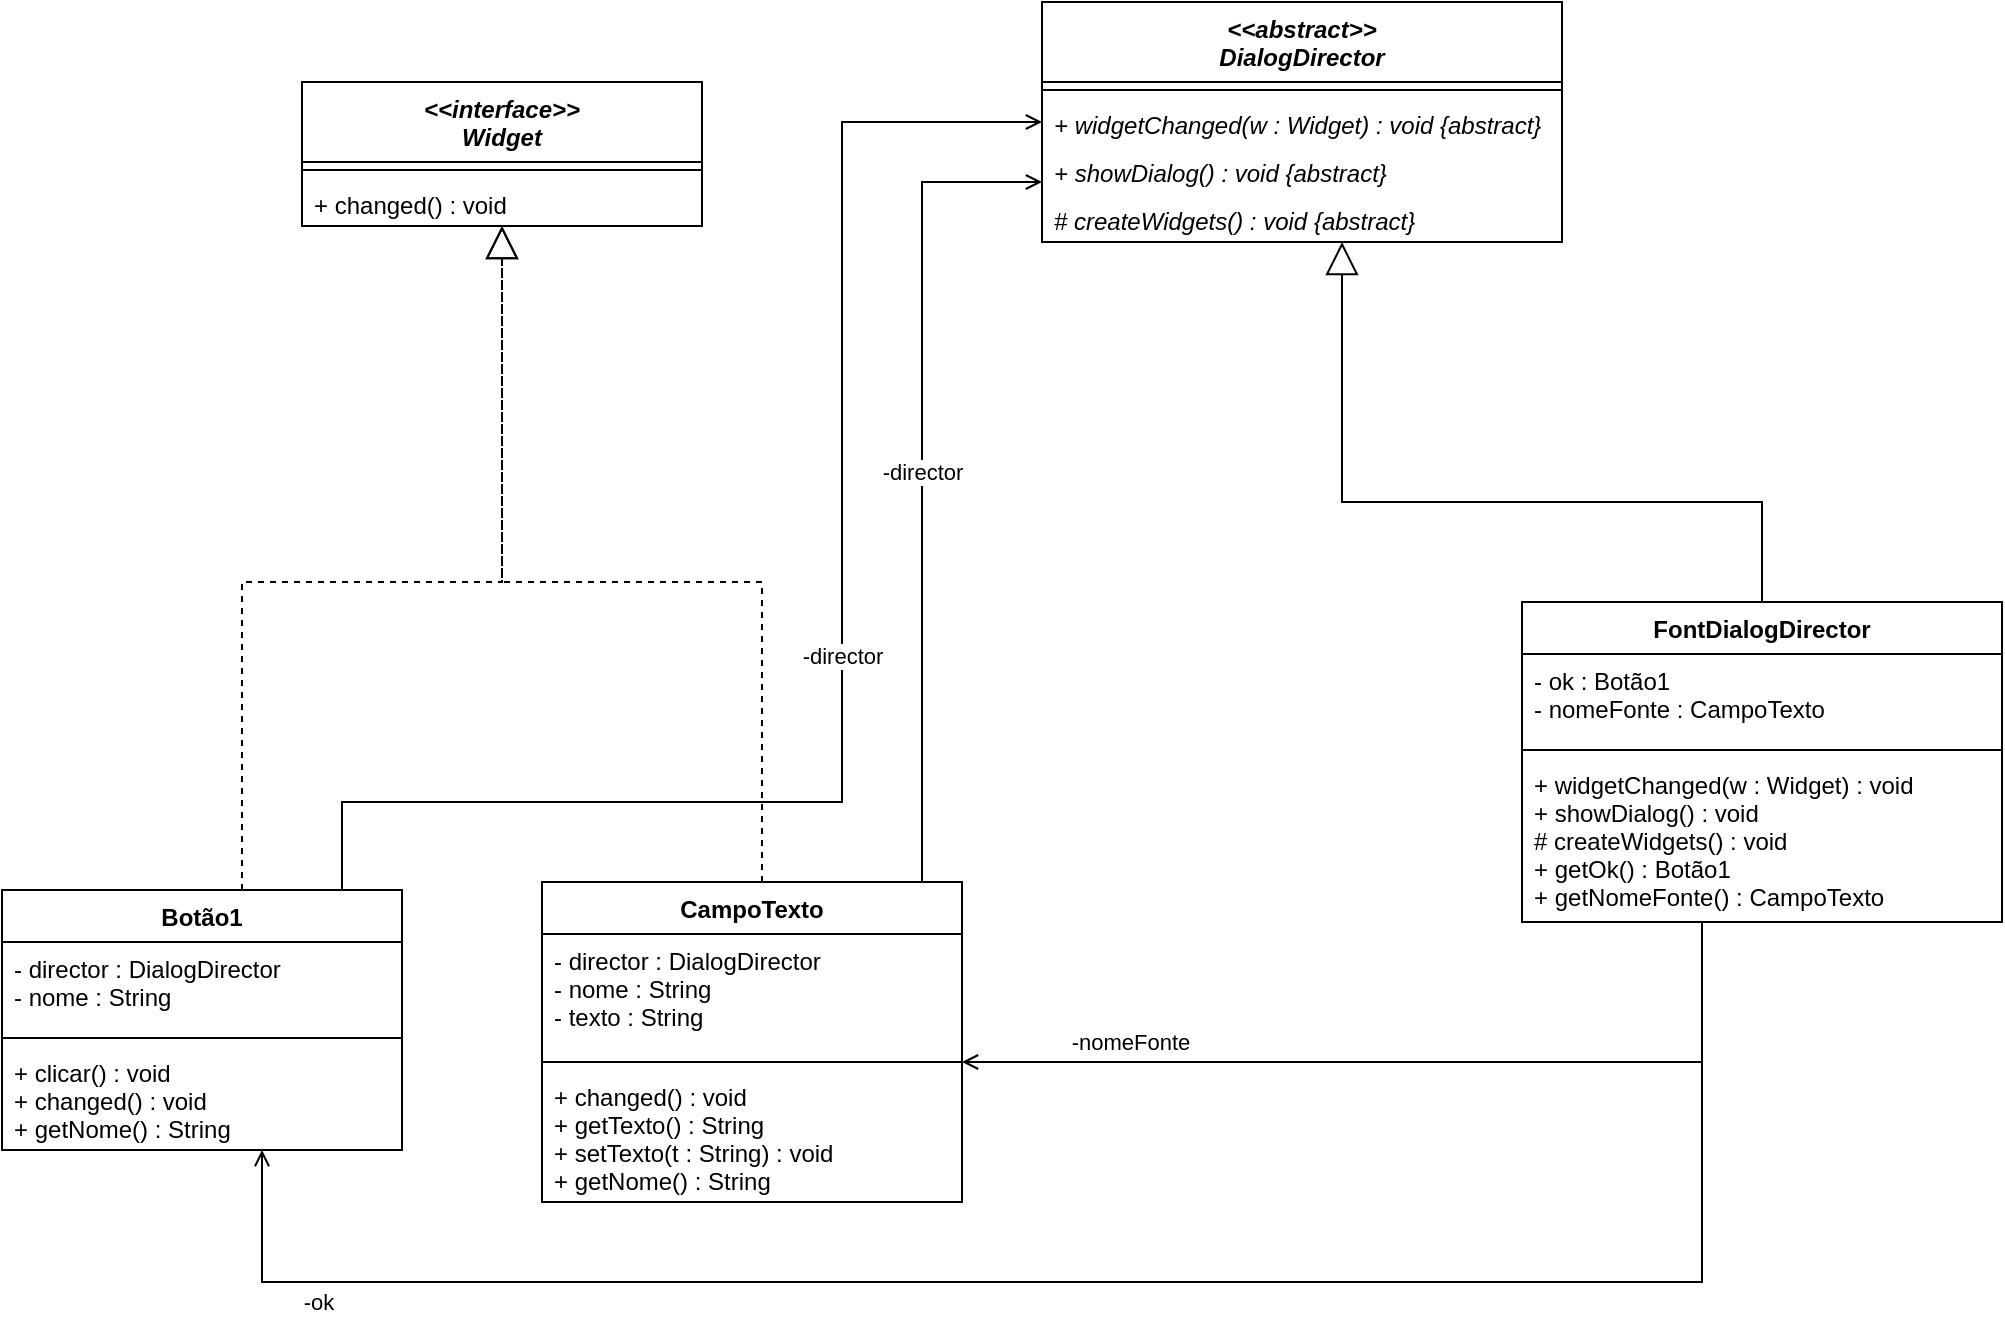
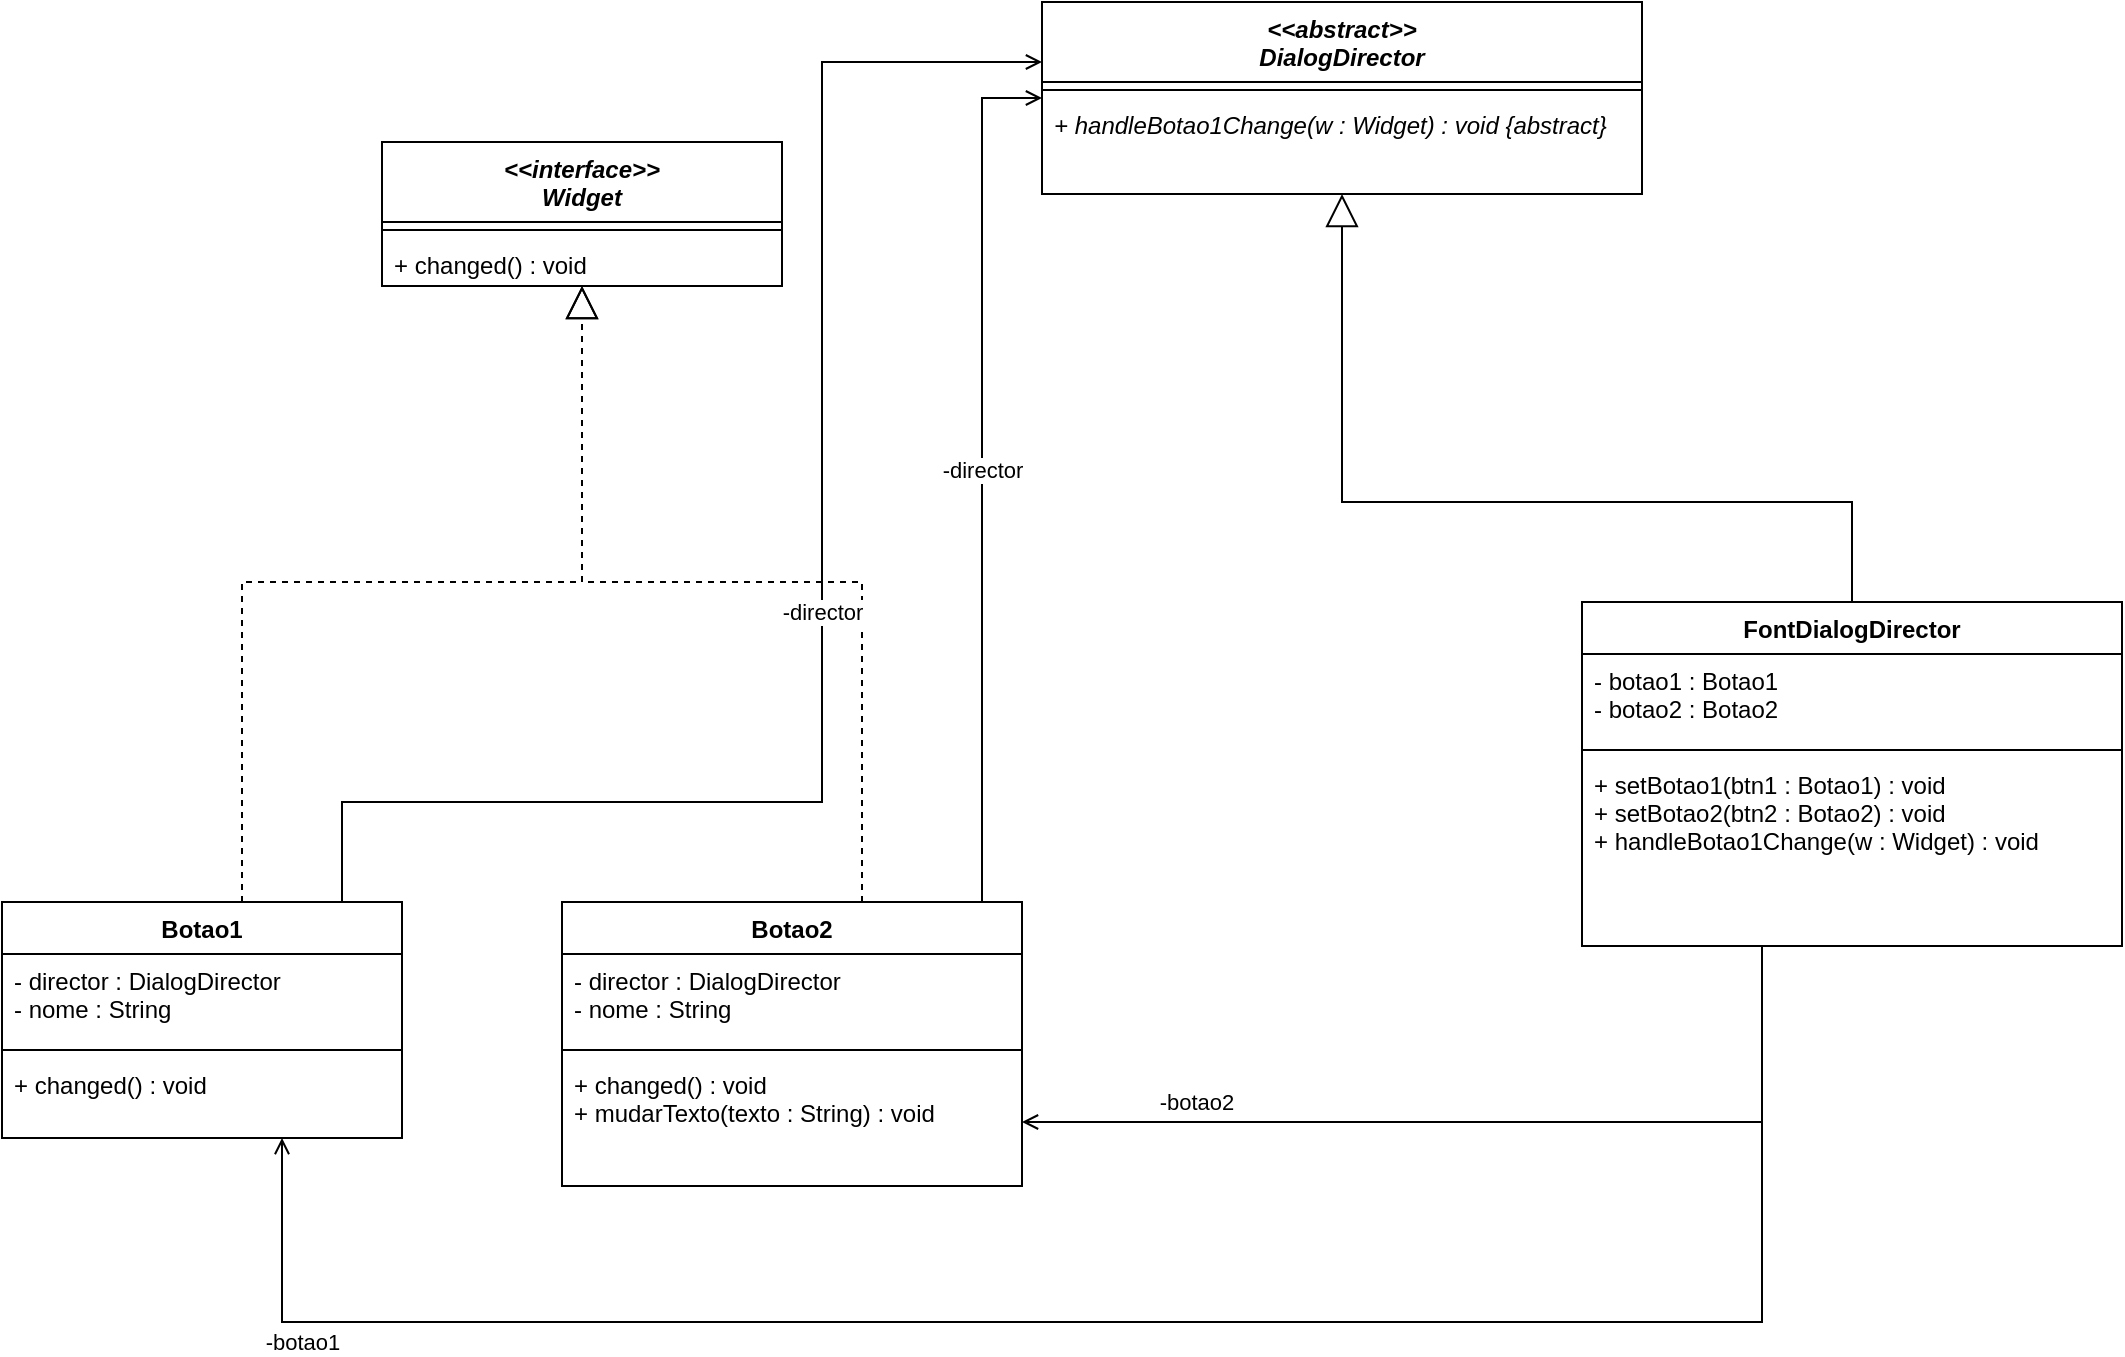
<mxfile host="app.diagrams.net">
  <diagram name="Classes-Mediator" id="classDiagMediator01">
-     <mxGraphModel dx="1414" dy="793" grid="1" gridSize="10" guides="1" tooltips="1" connect="1" arrows="1" fold="1" page="1" pageScale="1" pageWidth="1169" pageHeight="827" math="0" shadow="0">
+     <mxGraphModel dx="1414" dy="825" grid="1" gridSize="10" guides="1" tooltips="1" connect="1" arrows="1" fold="1" page="1" pageScale="1" pageWidth="1169" pageHeight="827" math="0" shadow="0">
      <root>
        <mxCell id="0" />
        <mxCell id="1" parent="0" />
        <mxCell id="c-director" parent="1" style="swimlane;fontStyle=1;align=center;verticalAlign=top;childLayout=stackLayout;horizontal=1;startSize=40;horizontalStack=0;resizeParent=1;resizeParentMax=0;resizeLast=0;collapsible=1;marginBottom=0;swimlaneFillColor=#ffffff;fontStyle=3;" value="&lt;&lt;abstract&gt;&gt;&#xa;DialogDirector" vertex="1">
-           <mxGeometry height="120" width="260" x="1140" y="770" as="geometry" />
+           <mxGeometry height="96" width="300" x="1100" y="770" as="geometry" />
        </mxCell>
        <mxCell id="c-director-attrs" parent="c-director" style="line;strokeWidth=1;fillColor=none;align=left;verticalAlign=middle;spacingTop=-1;spacingLeft=3;spacingRight=3;rotatable=0;labelPosition=right;points=[];portConstraint=eastwest;" value="" vertex="1">
-           <mxGeometry height="8" width="260" y="40" as="geometry" />
+           <mxGeometry height="8" width="300" y="40" as="geometry" />
        </mxCell>
-         <mxCell id="c-director-m1" parent="c-director" style="text;strokeColor=none;fillColor=none;align=left;verticalAlign=top;spacingLeft=4;spacingRight=4;overflow=hidden;rotatable=0;points=[[0,0.5],[1,0.5]];portConstraint=eastwest;fontStyle=2;" value="+ widgetChanged(w : Widget) : void {abstract}" vertex="1">
-           <mxGeometry height="24" width="260" y="48" as="geometry" />
-         </mxCell>
-         <mxCell id="c-director-m2" parent="c-director" style="text;strokeColor=none;fillColor=none;align=left;verticalAlign=top;spacingLeft=4;spacingRight=4;overflow=hidden;rotatable=0;points=[[0,0.5],[1,0.5]];portConstraint=eastwest;fontStyle=2;" value="+ showDialog() : void {abstract}" vertex="1">
-           <mxGeometry height="24" width="260" y="72" as="geometry" />
-         </mxCell>
-         <mxCell id="c-director-m3" parent="c-director" style="text;strokeColor=none;fillColor=none;align=left;verticalAlign=top;spacingLeft=4;spacingRight=4;overflow=hidden;rotatable=0;points=[[0,0.5],[1,0.5]];portConstraint=eastwest;fontStyle=2;" value="# createWidgets() : void {abstract}" vertex="1">
-           <mxGeometry height="24" width="260" y="96" as="geometry" />
+         <mxCell id="c-director-m1" parent="c-director" style="text;strokeColor=none;fillColor=none;align=left;verticalAlign=top;spacingLeft=4;spacingRight=4;overflow=hidden;rotatable=0;points=[[0,0.5],[1,0.5]];portConstraint=eastwest;fontStyle=2;" value="+ handleBotao1Change(w : Widget) : void {abstract}" vertex="1">
+           <mxGeometry height="24" width="300" y="48" as="geometry" />
        </mxCell>
        <mxCell id="c-widget" parent="1" style="swimlane;fontStyle=1;align=center;verticalAlign=top;childLayout=stackLayout;horizontal=1;startSize=40;horizontalStack=0;resizeParent=1;resizeParentMax=0;resizeLast=0;collapsible=1;marginBottom=0;swimlaneFillColor=#ffffff;fontStyle=3;" value="&lt;&lt;interface&gt;&gt;&#xa;Widget" vertex="1">
-           <mxGeometry height="72" width="200" x="770" y="810" as="geometry" />
+           <mxGeometry height="72" width="200" x="770" y="840" as="geometry" />
        </mxCell>
        <mxCell id="c-widget-attrs" parent="c-widget" style="line;strokeWidth=1;fillColor=none;align=left;verticalAlign=middle;spacingTop=-1;spacingLeft=3;spacingRight=3;rotatable=0;labelPosition=right;points=[];portConstraint=eastwest;" value="" vertex="1">
          <mxGeometry height="8" width="200" y="40" as="geometry" />
        </mxCell>
        <mxCell id="c-widget-m1" parent="c-widget" style="text;strokeColor=none;fillColor=none;align=left;verticalAlign=top;spacingLeft=4;spacingRight=4;overflow=hidden;rotatable=0;points=[[0,0.5],[1,0.5]];portConstraint=eastwest;" value="+ changed() : void" vertex="1">
          <mxGeometry height="24" width="200" y="48" as="geometry" />
        </mxCell>
        <mxCell id="c-fdd" parent="1" style="swimlane;fontStyle=1;align=center;verticalAlign=top;childLayout=stackLayout;horizontal=1;startSize=26;horizontalStack=0;resizeParent=1;resizeParentMax=0;resizeLast=0;collapsible=1;marginBottom=0;swimlaneFillColor=#ffffff;" value="FontDialogDirector" vertex="1">
-           <mxGeometry height="160" width="240" x="1380" y="1070" as="geometry" />
+           <mxGeometry height="172" width="270" x="1370" y="1070" as="geometry" />
        </mxCell>
-         <mxCell id="c-fdd-attrs" parent="c-fdd" style="text;strokeColor=none;fillColor=none;align=left;verticalAlign=top;spacingLeft=4;spacingRight=4;overflow=hidden;rotatable=0;points=[[0,0.5],[1,0.5]];portConstraint=eastwest;" value="- ok : Botão1&#xa;- nomeFonte : CampoTexto" vertex="1">
-           <mxGeometry height="44" width="240" y="26" as="geometry" />
+         <mxCell id="c-fdd-attrs" parent="c-fdd" style="text;strokeColor=none;fillColor=none;align=left;verticalAlign=top;spacingLeft=4;spacingRight=4;overflow=hidden;rotatable=0;points=[[0,0.5],[1,0.5]];portConstraint=eastwest;" value="- botao1 : Botao1&#xa;- botao2 : Botao2" vertex="1">
+           <mxGeometry height="44" width="270" y="26" as="geometry" />
        </mxCell>
        <mxCell id="c-fdd-line" parent="c-fdd" style="line;strokeWidth=1;fillColor=none;align=left;verticalAlign=middle;spacingTop=-1;spacingLeft=3;spacingRight=3;rotatable=0;labelPosition=right;points=[];portConstraint=eastwest;" value="" vertex="1">
-           <mxGeometry height="8" width="240" y="70" as="geometry" />
+           <mxGeometry height="8" width="270" y="70" as="geometry" />
        </mxCell>
-         <mxCell id="c-fdd-m" parent="c-fdd" style="text;strokeColor=none;fillColor=none;align=left;verticalAlign=top;spacingLeft=4;spacingRight=4;overflow=hidden;rotatable=0;points=[[0,0.5],[1,0.5]];portConstraint=eastwest;" value="+ widgetChanged(w : Widget) : void&#xa;+ showDialog() : void&#xa;# createWidgets() : void&#xa;+ getOk() : Botão1&#xa;+ getNomeFonte() : CampoTexto" vertex="1">
-           <mxGeometry height="82" width="240" y="78" as="geometry" />
+         <mxCell id="c-fdd-m" parent="c-fdd" style="text;strokeColor=none;fillColor=none;align=left;verticalAlign=top;spacingLeft=4;spacingRight=4;overflow=hidden;rotatable=0;points=[[0,0.5],[1,0.5]];portConstraint=eastwest;" value="+ setBotao1(btn1 : Botao1) : void&#xa;+ setBotao2(btn2 : Botao2) : void&#xa;+ handleBotao1Change(w : Widget) : void" vertex="1">
+           <mxGeometry height="94" width="270" y="78" as="geometry" />
        </mxCell>
-         <mxCell id="c-botao" parent="1" style="swimlane;fontStyle=1;align=center;verticalAlign=top;childLayout=stackLayout;horizontal=1;startSize=26;horizontalStack=0;resizeParent=1;resizeParentMax=0;resizeLast=0;collapsible=1;marginBottom=0;swimlaneFillColor=#ffffff;" value="Botão1" vertex="1">
-           <mxGeometry height="130" width="200" x="620" y="1214" as="geometry" />
+         <mxCell id="c-botao1" parent="1" style="swimlane;fontStyle=1;align=center;verticalAlign=top;childLayout=stackLayout;horizontal=1;startSize=26;horizontalStack=0;resizeParent=1;resizeParentMax=0;resizeLast=0;collapsible=1;marginBottom=0;swimlaneFillColor=#ffffff;" value="Botao1" vertex="1">
+           <mxGeometry height="118" width="200" x="580" y="1220" as="geometry" />
        </mxCell>
-         <mxCell id="c-botao-attrs" parent="c-botao" style="text;strokeColor=none;fillColor=none;align=left;verticalAlign=top;spacingLeft=4;spacingRight=4;overflow=hidden;rotatable=0;points=[[0,0.5],[1,0.5]];portConstraint=eastwest;" value="- director : DialogDirector&#xa;- nome : String" vertex="1">
+         <mxCell id="c-botao1-attrs" parent="c-botao1" style="text;strokeColor=none;fillColor=none;align=left;verticalAlign=top;spacingLeft=4;spacingRight=4;overflow=hidden;rotatable=0;points=[[0,0.5],[1,0.5]];portConstraint=eastwest;" value="- director : DialogDirector&#xa;- nome : String" vertex="1">
          <mxGeometry height="44" width="200" y="26" as="geometry" />
        </mxCell>
-         <mxCell id="c-botao-line" parent="c-botao" style="line;strokeWidth=1;fillColor=none;align=left;verticalAlign=middle;spacingTop=-1;spacingLeft=3;spacingRight=3;rotatable=0;labelPosition=right;points=[];portConstraint=eastwest;" value="" vertex="1">
+         <mxCell id="c-botao1-line" parent="c-botao1" style="line;strokeWidth=1;fillColor=none;align=left;verticalAlign=middle;spacingTop=-1;spacingLeft=3;spacingRight=3;rotatable=0;labelPosition=right;points=[];portConstraint=eastwest;" value="" vertex="1">
          <mxGeometry height="8" width="200" y="70" as="geometry" />
        </mxCell>
-         <mxCell id="c-botao-m" parent="c-botao" style="text;strokeColor=none;fillColor=none;align=left;verticalAlign=top;spacingLeft=4;spacingRight=4;overflow=hidden;rotatable=0;points=[[0,0.5],[1,0.5]];portConstraint=eastwest;" value="+ clicar() : void&#xa;+ changed() : void&#xa;+ getNome() : String" vertex="1">
-           <mxGeometry height="52" width="200" y="78" as="geometry" />
+         <mxCell id="c-botao1-m" parent="c-botao1" style="text;strokeColor=none;fillColor=none;align=left;verticalAlign=top;spacingLeft=4;spacingRight=4;overflow=hidden;rotatable=0;points=[[0,0.5],[1,0.5]];portConstraint=eastwest;" value="+ changed() : void" vertex="1">
+           <mxGeometry height="40" width="200" y="78" as="geometry" />
        </mxCell>
-         <mxCell id="c-campo" parent="1" style="swimlane;fontStyle=1;align=center;verticalAlign=top;childLayout=stackLayout;horizontal=1;startSize=26;horizontalStack=0;resizeParent=1;resizeParentMax=0;resizeLast=0;collapsible=1;marginBottom=0;swimlaneFillColor=#ffffff;" value="CampoTexto" vertex="1">
-           <mxGeometry height="160" width="210" x="890" y="1210" as="geometry" />
+         <mxCell id="c-botao2" parent="1" style="swimlane;fontStyle=1;align=center;verticalAlign=top;childLayout=stackLayout;horizontal=1;startSize=26;horizontalStack=0;resizeParent=1;resizeParentMax=0;resizeLast=0;collapsible=1;marginBottom=0;swimlaneFillColor=#ffffff;" value="Botao2" vertex="1">
+           <mxGeometry height="142" width="230" x="860" y="1220" as="geometry" />
        </mxCell>
-         <mxCell id="c-campo-attrs" parent="c-campo" style="text;strokeColor=none;fillColor=none;align=left;verticalAlign=top;spacingLeft=4;spacingRight=4;overflow=hidden;rotatable=0;points=[[0,0.5],[1,0.5]];portConstraint=eastwest;" value="- director : DialogDirector&#xa;- nome : String&#xa;- texto : String" vertex="1">
-           <mxGeometry height="60" width="210" y="26" as="geometry" />
+         <mxCell id="c-botao2-attrs" parent="c-botao2" style="text;strokeColor=none;fillColor=none;align=left;verticalAlign=top;spacingLeft=4;spacingRight=4;overflow=hidden;rotatable=0;points=[[0,0.5],[1,0.5]];portConstraint=eastwest;" value="- director : DialogDirector&#xa;- nome : String" vertex="1">
+           <mxGeometry height="44" width="230" y="26" as="geometry" />
        </mxCell>
-         <mxCell id="c-campo-line" parent="c-campo" style="line;strokeWidth=1;fillColor=none;align=left;verticalAlign=middle;spacingTop=-1;spacingLeft=3;spacingRight=3;rotatable=0;labelPosition=right;points=[];portConstraint=eastwest;" value="" vertex="1">
-           <mxGeometry height="8" width="210" y="86" as="geometry" />
+         <mxCell id="c-botao2-line" parent="c-botao2" style="line;strokeWidth=1;fillColor=none;align=left;verticalAlign=middle;spacingTop=-1;spacingLeft=3;spacingRight=3;rotatable=0;labelPosition=right;points=[];portConstraint=eastwest;" value="" vertex="1">
+           <mxGeometry height="8" width="230" y="70" as="geometry" />
        </mxCell>
-         <mxCell id="c-campo-m" parent="c-campo" style="text;strokeColor=none;fillColor=none;align=left;verticalAlign=top;spacingLeft=4;spacingRight=4;overflow=hidden;rotatable=0;points=[[0,0.5],[1,0.5]];portConstraint=eastwest;" value="+ changed() : void&#xa;+ getTexto() : String&#xa;+ setTexto(t : String) : void&#xa;+ getNome() : String" vertex="1">
-           <mxGeometry height="66" width="210" y="94" as="geometry" />
+         <mxCell id="c-botao2-m" parent="c-botao2" style="text;strokeColor=none;fillColor=none;align=left;verticalAlign=top;spacingLeft=4;spacingRight=4;overflow=hidden;rotatable=0;points=[[0,0.5],[1,0.5]];portConstraint=eastwest;" value="+ changed() : void&#xa;+ mudarTexto(texto : String) : void" vertex="1">
+           <mxGeometry height="64" width="230" y="78" as="geometry" />
        </mxCell>
        <mxCell id="r-herd" edge="1" parent="1" source="c-fdd" style="endArrow=block;endFill=0;endSize=14;html=1;rounded=0;edgeStyle=orthogonalEdgeStyle;" target="c-director" value="">
          <mxGeometry relative="1" as="geometry">
            <Array as="points">
-               <mxPoint x="1500" y="1020" />
-               <mxPoint x="1290" y="1020" />
+               <mxPoint x="1505" y="1020" />
+               <mxPoint x="1250" y="1020" />
            </Array>
          </mxGeometry>
        </mxCell>
-         <mxCell id="r-real-botao" edge="1" parent="1" source="c-botao" style="endArrow=block;endFill=0;endSize=14;dashed=1;html=1;rounded=0;edgeStyle=orthogonalEdgeStyle;" target="c-widget-m1" value="">
+         <mxCell id="r-real-botao1" edge="1" parent="1" source="c-botao1" style="endArrow=block;endFill=0;endSize=14;dashed=1;html=1;rounded=0;edgeStyle=orthogonalEdgeStyle;" target="c-widget" value="">
          <mxGeometry relative="1" as="geometry">
            <Array as="points">
-               <mxPoint x="740" y="1060" />
+               <mxPoint x="700" y="1060" />
              <mxPoint x="870" y="1060" />
            </Array>
          </mxGeometry>
        </mxCell>
-         <mxCell id="r-real-campo" edge="1" parent="1" source="c-campo" style="endArrow=block;endFill=0;endSize=14;dashed=1;html=1;rounded=0;edgeStyle=orthogonalEdgeStyle;" target="c-widget" value="">
+         <mxCell id="r-real-botao2" edge="1" parent="1" source="c-botao2" style="endArrow=block;endFill=0;endSize=14;dashed=1;html=1;rounded=0;edgeStyle=orthogonalEdgeStyle;" target="c-widget" value="">
          <mxGeometry relative="1" as="geometry">
            <Array as="points">
-               <mxPoint x="1000" y="1060" />
+               <mxPoint x="1010" y="1060" />
              <mxPoint x="870" y="1060" />
            </Array>
          </mxGeometry>
        </mxCell>
-         <mxCell id="r-assoc-botao" edge="1" parent="1" source="c-botao" style="endArrow=open;endFill=1;html=1;rounded=0;edgeStyle=orthogonalEdgeStyle;startArrow=none;fontSize=11;" target="c-director" value="-director">
+         <mxCell id="r-assoc-botao1" edge="1" parent="1" source="c-botao1" style="endArrow=open;endFill=1;html=1;rounded=0;edgeStyle=orthogonalEdgeStyle;startArrow=none;fontSize=11;" target="c-director" value="-director">
          <mxGeometry relative="1" as="geometry">
            <Array as="points">
-               <mxPoint x="790" y="1170" />
-               <mxPoint x="1040" y="1170" />
-               <mxPoint x="1040" y="830" />
+               <mxPoint x="750" y="1170" />
+               <mxPoint x="990" y="1170" />
+               <mxPoint x="990" y="800" />
            </Array>
          </mxGeometry>
        </mxCell>
-         <mxCell id="r-assoc-campo" edge="1" parent="1" source="c-campo" style="endArrow=open;endFill=1;html=1;rounded=0;edgeStyle=orthogonalEdgeStyle;startArrow=none;fontSize=11;" target="c-director" value="-director">
+         <mxCell id="r-assoc-botao2" edge="1" parent="1" source="c-botao2" style="endArrow=open;endFill=1;html=1;rounded=0;edgeStyle=orthogonalEdgeStyle;startArrow=none;fontSize=11;" target="c-director" value="-director">
          <mxGeometry relative="1" as="geometry">
            <Array as="points">
-               <mxPoint x="1080" y="860" />
+               <mxPoint x="1070" y="818" />
            </Array>
-             <mxPoint x="1440" y="890" as="targetPoint" />
+             <mxPoint x="1400" y="866" as="targetPoint" />
          </mxGeometry>
        </mxCell>
-         <mxCell id="r-assoc-fdd-botao" edge="1" parent="1" source="c-fdd" style="endArrow=open;endFill=1;html=1;rounded=0;edgeStyle=orthogonalEdgeStyle;startArrow=none;fontSize=11;" target="c-botao" value="-ok">
-           <mxGeometry relative="1" x="0.8053" y="10" as="geometry">
+         <mxCell id="r-assoc-fdd-botao1" edge="1" parent="1" source="c-fdd" style="endArrow=open;endFill=1;html=1;rounded=0;edgeStyle=orthogonalEdgeStyle;startArrow=none;fontSize=11;" target="c-botao1" value="-botao1">
+           <mxGeometry relative="1" x="0.8" y="10" as="geometry">
            <mxPoint as="offset" />
            <Array as="points">
-               <mxPoint x="1470" y="1410" />
-               <mxPoint x="750" y="1410" />
+               <mxPoint x="1460" y="1430" />
+               <mxPoint x="720" y="1430" />
            </Array>
          </mxGeometry>
        </mxCell>
-         <mxCell id="r-assoc-fdd-campo" edge="1" parent="1" source="c-fdd" style="endArrow=open;endFill=1;html=1;rounded=0;edgeStyle=orthogonalEdgeStyle;startArrow=none;fontSize=11;" target="c-campo" value="-nomeFonte">
-           <mxGeometry relative="1" x="0.619" y="-10" as="geometry">
+         <mxCell id="r-assoc-fdd-botao2" edge="1" parent="1" source="c-fdd" style="endArrow=open;endFill=1;html=1;rounded=0;edgeStyle=orthogonalEdgeStyle;startArrow=none;fontSize=11;" target="c-botao2" value="-botao2">
+           <mxGeometry relative="1" x="0.62" y="-10" as="geometry">
            <mxPoint as="offset" />
            <Array as="points">
-               <mxPoint x="1470" y="1300" />
+               <mxPoint x="1460" y="1330" />
            </Array>
          </mxGeometry>
        </mxCell>
      </root>
    </mxGraphModel>
  </diagram>
</mxfile>
